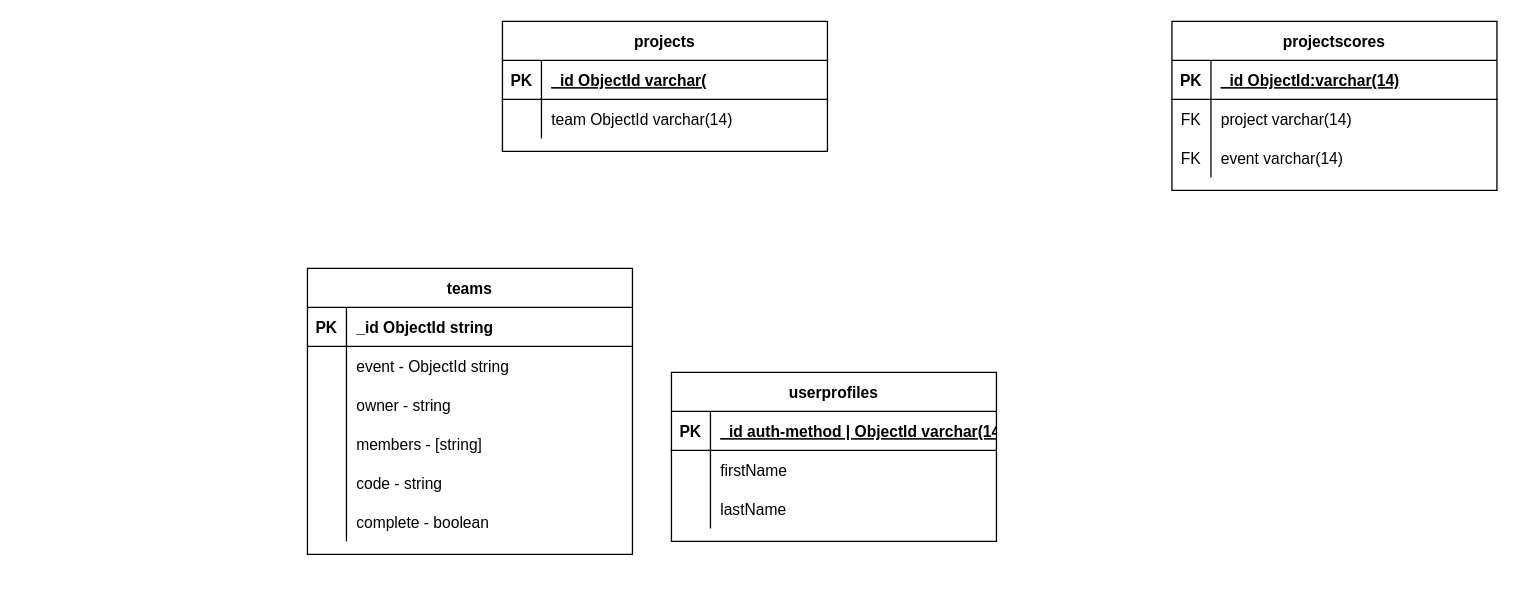
The draw.io diagram erd_mongodb.drawio in hackjunction/JunctionApp, before the edit. Source tidied: cells renumbered, new cells numbered last; positions are measured from the earlier drawing's top-left corner, leaving out a move shared by most shapes. Both pictures are drawn from the tidied source at 130%, with x=0, y=0 at pixel (307, 21).
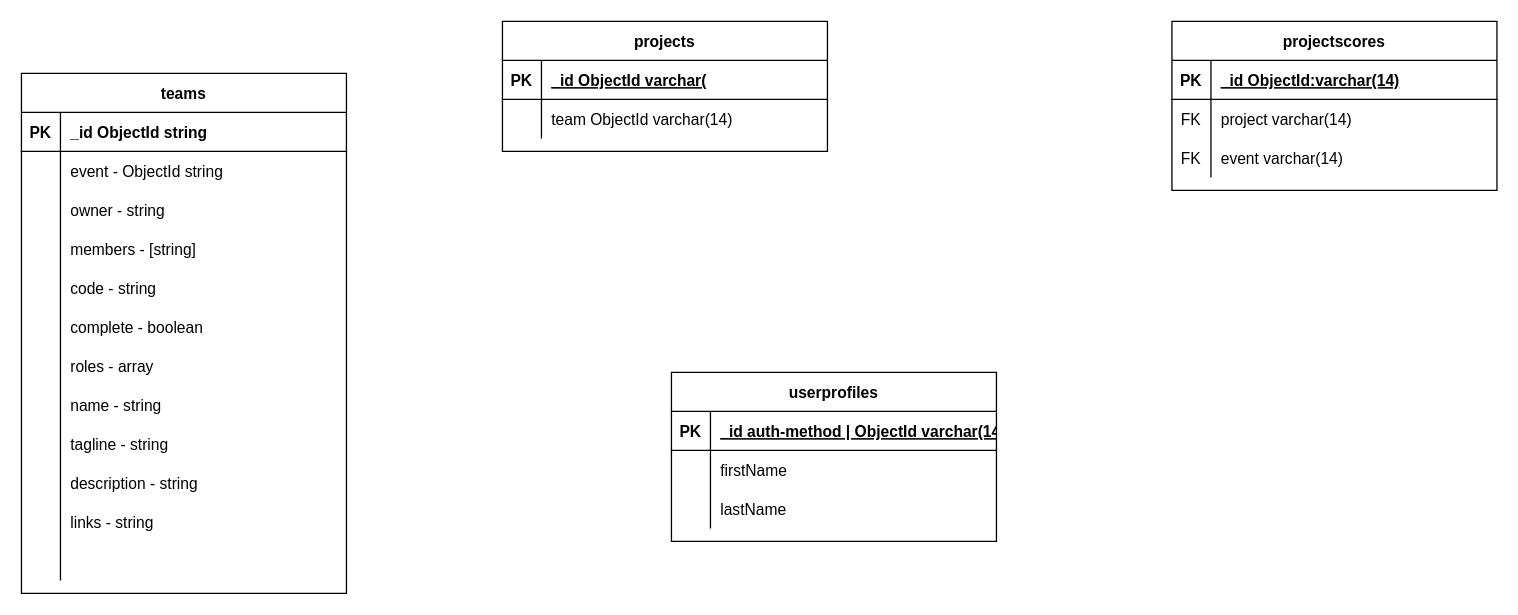
The same diagram, later.

Commit message:
Updated teams schema to include new fields

What changed in the source:
```diff
@@
     <mxCell id="29" value="teams" style="shape=table;startSize=30;childLayout=tableLayout;rowLines=0;fontStyle=1;align=center;" parent="1" vertex="1">
-      <mxGeometry y="190" width="250" height="220" as="geometry" />
+      <mxGeometry x="-220" y="40" width="250" height="400" as="geometry" />
     </mxCell>
@@
+    <mxCell id="48" style="shape=partialRectangle;fillColor=none;top=0;left=0;right=0;bottom=0;" parent="29" vertex="1">
+      <mxGeometry y="210" width="250" height="30" as="geometry" />
+    </mxCell>
+    <mxCell id="49" style="shape=partialRectangle;overflow=hidden;fillColor=none;top=0;left=0;bottom=0;right=0;" parent="48" vertex="1">
+      <mxGeometry width="30" height="30" as="geometry" />
+    </mxCell>
+    <mxCell id="50" value="roles - array" style="shape=partialRectangle;overflow=hidden;fillColor=none;top=0;left=0;bottom=0;right=0;align=left;spacingLeft=6;" parent="48" vertex="1">
+      <mxGeometry x="30" width="220" height="30" as="geometry" />
+    </mxCell>
+    <mxCell id="51" style="shape=partialRectangle;fillColor=none;top=0;left=0;right=0;bottom=0;" parent="29" vertex="1">
+      <mxGeometry y="240" width="250" height="30" as="geometry" />
+    </mxCell>
+    <mxCell id="52" style="shape=partialRectangle;overflow=hidden;fillColor=none;top=0;left=0;bottom=0;right=0;" parent="51" vertex="1">
+      <mxGeometry width="30" height="30" as="geometry" />
+    </mxCell>
+    <mxCell id="53" value="name - string" style="shape=partialRectangle;overflow=hidden;fillColor=none;top=0;left=0;bottom=0;right=0;align=left;spacingLeft=6;" parent="51" vertex="1">
+      <mxGeometry x="30" width="220" height="30" as="geometry" />
+    </mxCell>
+    <mxCell id="54" style="shape=partialRectangle;fillColor=none;top=0;left=0;right=0;bottom=0;" parent="29" vertex="1">
+      <mxGeometry y="270" width="250" height="30" as="geometry" />
+    </mxCell>
+    <mxCell id="55" style="shape=partialRectangle;overflow=hidden;fillColor=none;top=0;left=0;bottom=0;right=0;" parent="54" vertex="1">
+      <mxGeometry width="30" height="30" as="geometry" />
+    </mxCell>
+    <mxCell id="56" value="tagline - string" style="shape=partialRectangle;overflow=hidden;fillColor=none;top=0;left=0;bottom=0;right=0;align=left;spacingLeft=6;" parent="54" vertex="1">
+      <mxGeometry x="30" width="220" height="30" as="geometry" />
+    </mxCell>
+    <mxCell id="57" style="shape=partialRectangle;fillColor=none;top=0;left=0;right=0;bottom=0;" parent="29" vertex="1">
+      <mxGeometry y="300" width="250" height="30" as="geometry" />
+    </mxCell>
+    <mxCell id="58" style="shape=partialRectangle;overflow=hidden;fillColor=none;top=0;left=0;bottom=0;right=0;" parent="57" vertex="1">
+      <mxGeometry width="30" height="30" as="geometry" />
+    </mxCell>
+    <mxCell id="59" value="description - string" style="shape=partialRectangle;overflow=hidden;fillColor=none;top=0;left=0;bottom=0;right=0;align=left;spacingLeft=6;" parent="57" vertex="1">
+      <mxGeometry x="30" width="220" height="30" as="geometry" />
+    </mxCell>
+    <mxCell id="60" style="shape=partialRectangle;fillColor=none;top=0;left=0;right=0;bottom=0;" parent="29" vertex="1">
+      <mxGeometry y="330" width="250" height="30" as="geometry" />
+    </mxCell>
+    <mxCell id="61" style="shape=partialRectangle;overflow=hidden;fillColor=none;top=0;left=0;bottom=0;right=0;" parent="60" vertex="1">
+      <mxGeometry width="30" height="30" as="geometry" />
+    </mxCell>
+    <mxCell id="62" value="links - string" style="shape=partialRectangle;overflow=hidden;fillColor=none;top=0;left=0;bottom=0;right=0;align=left;spacingLeft=6;" parent="60" vertex="1">
+      <mxGeometry x="30" width="220" height="30" as="geometry" />
+    </mxCell>
+    <mxCell id="63" style="shape=partialRectangle;fillColor=none;top=0;left=0;right=0;bottom=0;" parent="29" vertex="1">
+      <mxGeometry y="360" width="250" height="30" as="geometry" />
+    </mxCell>
+    <mxCell id="64" style="shape=partialRectangle;overflow=hidden;fillColor=none;top=0;left=0;bottom=0;right=0;" parent="63" vertex="1">
+      <mxGeometry width="30" height="30" as="geometry" />
+    </mxCell>
+    <mxCell id="65" style="shape=partialRectangle;overflow=hidden;fillColor=none;top=0;left=0;bottom=0;right=0;align=left;spacingLeft=6;" parent="63" vertex="1">
+      <mxGeometry x="30" width="220" height="30" as="geometry" />
+    </mxCell>
```
